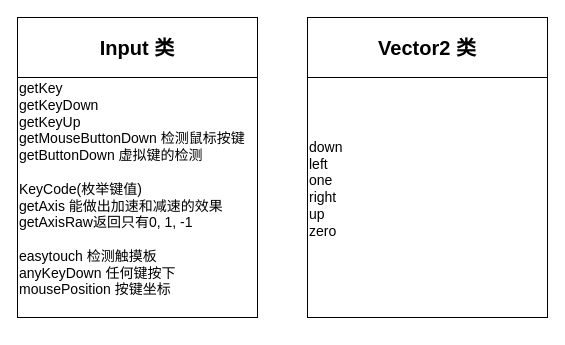
The draw.io diagram page "Input" (3 of 3) of Untitled Diagram.drawio in yangcanlaile/unity-chart, before the edit. Source tidied: cells renumbered, new cells numbered last; positions are measured from the earlier drawing's top-left corner, leaving out a move shared by most shapes. Both pictures are drawn from the tidied source at 100%, with x=0, y=0 at pixel (17, 17).
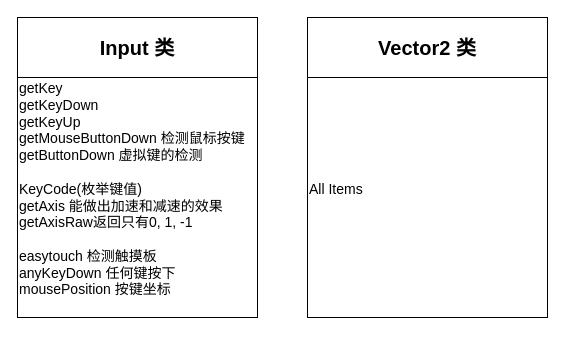
The same diagram, later.

Change to the diagram source:
```diff
@@
 <mxGraphModel>
   <root>
     <mxCell id="0" />
     <mxCell id="1" parent="0" />
     <mxCell id="2" style="group;" parent="1" vertex="1">
       <mxGeometry width="240" height="300" as="geometry" />
     </mxCell>
     <mxCell id="3" value="getKey&lt;br style=&quot;font-size: 14px;&quot;&gt;getKeyDown&lt;br style=&quot;font-size: 14px;&quot;&gt;getKeyUp&lt;br style=&quot;font-size: 14px;&quot;&gt;getMouseButtonDown 检测鼠标按键&lt;br style=&quot;font-size: 14px;&quot;&gt;getButtonDown 虚拟键的检测&lt;br style=&quot;font-size: 14px;&quot;&gt;&lt;br style=&quot;font-size: 14px;&quot;&gt;KeyCode(枚举键值)&lt;br style=&quot;font-size: 14px;&quot;&gt;getAxis 能做出加速和减速的效果&lt;br style=&quot;font-size: 14px;&quot;&gt;getAxisRaw返回只有0, 1, -1&lt;br style=&quot;font-size: 14px;&quot;&gt;&lt;br style=&quot;font-size: 14px;&quot;&gt;easytouch 检测触摸板&lt;br style=&quot;font-size: 14px;&quot;&gt;anyKeyDown 任何键按下&lt;br style=&quot;font-size: 14px;&quot;&gt;mousePosition 按键坐标&lt;br style=&quot;font-size: 14px;&quot;&gt;&lt;br style=&quot;font-size: 14px;&quot;&gt;" style="rounded=0;whiteSpace=wrap;html=1;fontSize=14;align=left;" parent="2" vertex="1">
       <mxGeometry y="60" width="240" height="240" as="geometry" />
     </mxCell>
     <mxCell id="4" value="&lt;b&gt;&lt;font style=&quot;font-size: 20px&quot;&gt;Input 类&lt;/font&gt;&lt;/b&gt;" style="rounded=0;whiteSpace=wrap;html=1;fontSize=14;align=center;" parent="2" vertex="1">
       <mxGeometry width="240" height="60" as="geometry" />
     </mxCell>
     <mxCell id="5" style="group;" parent="1" vertex="1">
       <mxGeometry x="290" y="10" width="240" height="300" as="geometry" />
     </mxCell>
     <mxCell id="6" style="group;" parent="5" vertex="1">
       <mxGeometry y="-10" width="240" height="300" as="geometry" />
     </mxCell>
-    <mxCell id="7" value="down&lt;br&gt;left&lt;br&gt;one&lt;br&gt;right&lt;br&gt;up&lt;br&gt;zero&lt;br&gt;&lt;br style=&quot;font-size: 14px&quot;&gt;" style="rounded=0;whiteSpace=wrap;html=1;fontSize=14;align=left;" parent="6" vertex="1">
+    <mxCell id="7" value="All Items&lt;br&gt;&lt;br style=&quot;font-size: 14px&quot;&gt;" style="rounded=0;whiteSpace=wrap;html=1;fontSize=14;align=left;" parent="6" vertex="1">
       <mxGeometry y="60" width="240" height="240" as="geometry" />
     </mxCell>
     <mxCell id="8" value="&lt;b&gt;&lt;font style=&quot;font-size: 20px&quot;&gt;Vector2 类&lt;/font&gt;&lt;/b&gt;" style="rounded=0;whiteSpace=wrap;html=1;fontSize=14;align=center;" parent="6" vertex="1">
       <mxGeometry width="240" height="60" as="geometry" />
     </mxCell>
   </root>
 </mxGraphModel>
```
